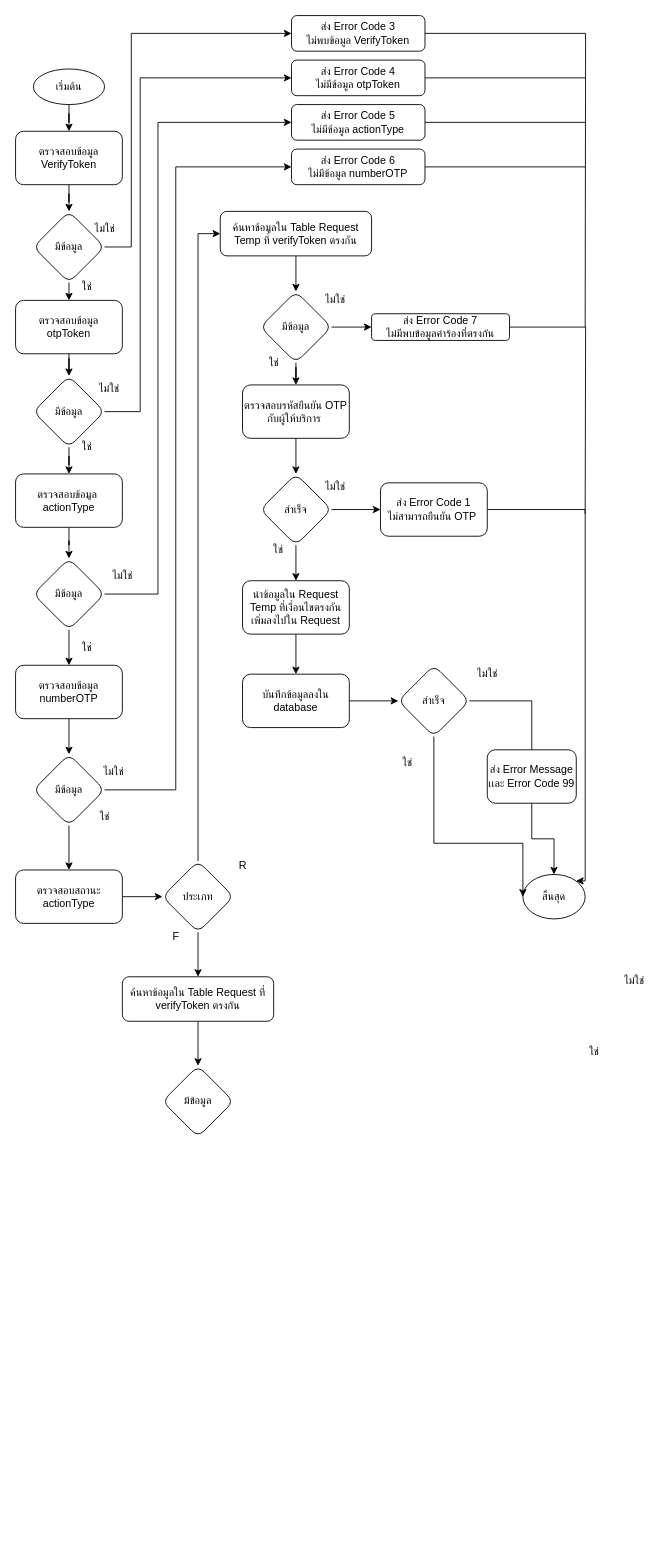
Above: VerifyOTPByTel.drawio in charifrodmanee/charifrodmanee (draw.io), before the change. Source tidied: cells renumbered, new cells numbered last; positions are measured from the earlier drawing's top-left corner, leaving out a move shared by most shapes. Both pictures are drawn from the tidied source at 89%, with x=0, y=0 at pixel (15, 15).
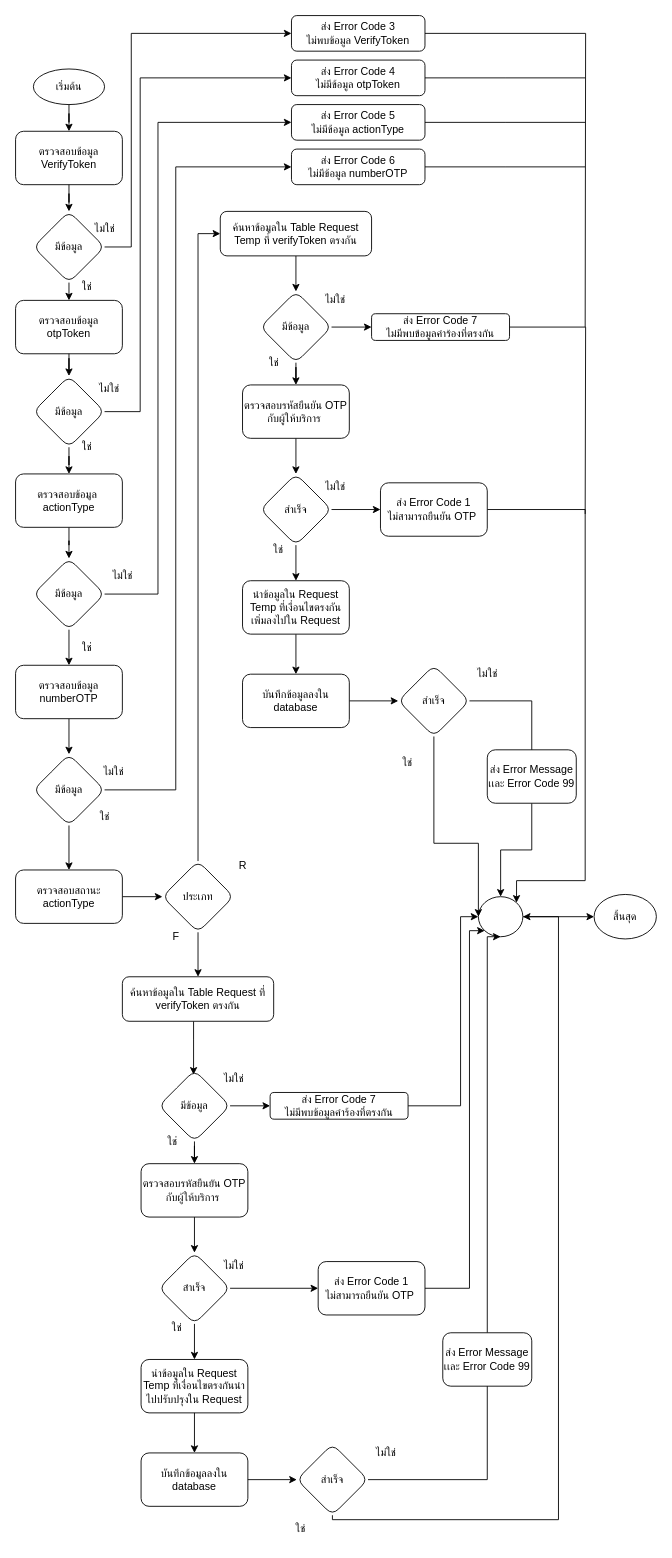
Above is the later version.

Unchanged cells that the change refers to:
```xml
<mxCell id="68" value="ค้นหาข้อมูลใน Table Request ที่ verifyToken ตรงกัน" style="rounded=1;whiteSpace=wrap;html=1;" parent="1" vertex="1">
  <mxGeometry x="120" y="1080" width="170" height="50" as="geometry" />
</mxCell>
<mxCell id="77" value="สำเร็จ" style="rhombus;whiteSpace=wrap;html=1;rounded=1;" parent="1" vertex="1">
  <mxGeometry x="430" y="730" width="80" height="80" as="geometry" />
</mxCell>
```

What changed in the source:
```diff
@@
-    <mxCell id="53" value="ใช่" style="text;html=1;align=center;verticalAlign=middle;strokeColor=none;fillColor=none;" parent="1" vertex="1">
-      <mxGeometry x="630" y="1149" width="40" height="30" as="geometry" />
-    </mxCell>
@@
-    <mxCell id="59" value="ไม่ใช่" style="text;html=1;align=center;verticalAlign=middle;strokeColor=none;fillColor=none;" parent="1" vertex="1">
-      <mxGeometry x="670" y="1070" width="50" height="30" as="geometry" />
-    </mxCell>
@@
-    <mxCell id="67" style="edgeStyle=orthogonalEdgeStyle;rounded=0;jettySize=auto;html=1;" parent="1" edge="1" source="68">
-      <mxGeometry relative="1" as="geometry">
-        <mxPoint x="205" y="1180" as="targetPoint" />
-      </mxGeometry>
-    </mxCell>
+    <mxCell id="82" style="edgeStyle=orthogonalEdgeStyle;rounded=0;jettySize=auto;html=1;" parent="1" edge="1" source="68">
+      <mxGeometry relative="1" as="geometry">
+        <mxPoint x="200" y="1190" as="targetPoint" />
+        <Array as="points">
+          <mxPoint x="200" y="1150" />
+          <mxPoint x="200" y="1150" />
+        </Array>
+      </mxGeometry>
+    </mxCell>
@@
-    <mxCell id="69" value="มีข้อมูล" style="rhombus;whiteSpace=wrap;html=1;rounded=1;" parent="1" vertex="1">
-      <mxGeometry x="165" y="1180" width="80" height="80" as="geometry" />
-    </mxCell>
@@
+    <mxCell id="83" style="edgeStyle=orthogonalEdgeStyle;rounded=0;jettySize=auto;html=1;entryX=0;entryY=0.5;entryDx=0;entryDy=0;" parent="1" edge="1" source="74" target="110">
+      <mxGeometry relative="1" as="geometry" />
+    </mxCell>
-    <mxCell id="74" value="สิ้นสุด" style="ellipse;whiteSpace=wrap;html=1;" parent="1" vertex="1">
-      <mxGeometry x="570" y="965" width="70" height="50" as="geometry" />
+    <mxCell id="74" style="ellipse;whiteSpace=wrap;html=1;" parent="1" vertex="1">
+      <mxGeometry x="520" y="990" width="50" height="45" as="geometry" />
     </mxCell>
@@
     <mxCell id="76" style="edgeStyle=orthogonalEdgeStyle;rounded=0;jettySize=auto;html=1;entryX=0;entryY=0.5;entryDx=0;entryDy=0;endArrow=classic;endFill=1;" parent="1" edge="1" source="77" target="74">
       <mxGeometry relative="1" as="geometry">
         <Array as="points">
           <mxPoint x="470" y="930" />
-          <mxPoint x="570" y="930" />
+          <mxPoint x="520" y="930" />
         </Array>
       </mxGeometry>
     </mxCell>
@@
+    <mxCell id="69" value="มีข้อมูล" style="rhombus;whiteSpace=wrap;html=1;rounded=1;" parent="1" vertex="1">
+      <mxGeometry x="161" y="1185" width="80" height="80" as="geometry" />
+    </mxCell>
+    <mxCell id="84" value="ไม่ใช่" style="text;html=1;align=center;verticalAlign=middle;strokeColor=none;fillColor=none;" parent="1" vertex="1">
+      <mxGeometry x="220" y="1390" width="50" height="30" as="geometry" />
+    </mxCell>
+    <mxCell id="85" value="ตรวจสอบรหัสยืนยัน OTP กับผู้ให้บริการ&amp;nbsp;" style="whiteSpace=wrap;html=1;rounded=1;" parent="1" vertex="1">
+      <mxGeometry x="141" y="1290" width="120" height="60" as="geometry" />
+    </mxCell>
+    <mxCell id="86" style="edgeStyle=orthogonalEdgeStyle;rounded=0;jettySize=auto;html=1;" parent="1" edge="1" source="69" target="85">
+      <mxGeometry relative="1" as="geometry" />
+    </mxCell>
+    <mxCell id="87" value="สำเร็จ" style="rhombus;whiteSpace=wrap;html=1;rounded=1;" parent="1" vertex="1">
+      <mxGeometry x="161" y="1390" width="80" height="80" as="geometry" />
+    </mxCell>
+    <mxCell id="88" style="edgeStyle=orthogonalEdgeStyle;rounded=0;jettySize=auto;html=1;" parent="1" edge="1" source="85" target="87">
+      <mxGeometry relative="1" as="geometry" />
+    </mxCell>
+    <mxCell id="89" value="ใช่" style="text;html=1;align=center;verticalAlign=middle;strokeColor=none;fillColor=none;" parent="1" vertex="1">
+      <mxGeometry x="161" y="1460" width="40" height="30" as="geometry" />
+    </mxCell>
+    <mxCell id="90" value="นำข้อมูลใน Request Temp ที่เงื่อนไขตรงกันนำไปปรับปรุงใน Request" style="whiteSpace=wrap;html=1;rounded=1;" parent="1" vertex="1">
+      <mxGeometry x="141" y="1510" width="120" height="60" as="geometry" />
+    </mxCell>
+    <mxCell id="91" style="edgeStyle=orthogonalEdgeStyle;rounded=0;jettySize=auto;html=1;" parent="1" edge="1" source="87" target="90">
+      <mxGeometry relative="1" as="geometry" />
+    </mxCell>
+    <mxCell id="92" style="edgeStyle=orthogonalEdgeStyle;rounded=0;jettySize=auto;html=1;entryX=0;entryY=1;entryDx=0;entryDy=0;" parent="1" edge="1" source="93" target="74">
+      <mxGeometry relative="1" as="geometry">
+        <Array as="points">
+          <mxPoint x="510" y="1430" />
+          <mxPoint x="510" y="1028" />
+        </Array>
+      </mxGeometry>
+    </mxCell>
+    <mxCell id="93" value="ส่ง Error Code 1&lt;br&gt;ไม่สามารถยืนยัน OTP&amp;nbsp;" style="whiteSpace=wrap;html=1;rounded=1;" parent="1" vertex="1">
+      <mxGeometry x="340" y="1400" width="120" height="60" as="geometry" />
+    </mxCell>
+    <mxCell id="94" style="edgeStyle=orthogonalEdgeStyle;rounded=0;jettySize=auto;html=1;" parent="1" edge="1" source="87" target="93">
+      <mxGeometry relative="1" as="geometry" />
+    </mxCell>
+    <mxCell id="95" value="บันทึกข้อมูลลงใน database" style="whiteSpace=wrap;html=1;rounded=1;" parent="1" vertex="1">
+      <mxGeometry x="141" y="1615" width="120" height="60" as="geometry" />
+    </mxCell>
+    <mxCell id="96" style="edgeStyle=orthogonalEdgeStyle;rounded=0;jettySize=auto;html=1;" parent="1" edge="1" source="90" target="95">
+      <mxGeometry relative="1" as="geometry" />
+    </mxCell>
+    <mxCell id="97" value="ไม่ใช่" style="text;html=1;align=center;verticalAlign=middle;strokeColor=none;fillColor=none;" parent="1" vertex="1">
+      <mxGeometry x="220" y="1180" width="50" height="30" as="geometry" />
+    </mxCell>
+    <mxCell id="98" value="ใช่" style="text;html=1;align=center;verticalAlign=middle;strokeColor=none;fillColor=none;" parent="1" vertex="1">
+      <mxGeometry x="156" y="1250" width="40" height="30" as="geometry" />
+    </mxCell>
+    <mxCell id="99" style="edgeStyle=orthogonalEdgeStyle;rounded=0;jettySize=auto;html=1;entryX=0;entryY=0.5;entryDx=0;entryDy=0;" parent="1" edge="1" source="100" target="74">
+      <mxGeometry relative="1" as="geometry">
+        <Array as="points">
+          <mxPoint x="500" y="1225" />
+          <mxPoint x="500" y="1013" />
+        </Array>
+      </mxGeometry>
+    </mxCell>
+    <mxCell id="100" value="ส่ง Error Code 7&lt;br&gt;ไม่มีพบข้อมูลคำร้องที่ตรงกัน" style="rounded=1;whiteSpace=wrap;html=1;" parent="1" vertex="1">
+      <mxGeometry x="286" y="1210" width="155" height="30" as="geometry" />
+    </mxCell>
+    <mxCell id="101" style="edgeStyle=orthogonalEdgeStyle;rounded=0;jettySize=auto;html=1;" parent="1" edge="1" source="69" target="100">
+      <mxGeometry relative="1" as="geometry" />
+    </mxCell>
+    <mxCell id="102" style="edgeStyle=orthogonalEdgeStyle;rounded=0;jettySize=auto;html=1;entryX=1;entryY=0.5;entryDx=0;entryDy=0;exitX=0.5;exitY=1;exitDx=0;exitDy=0;" parent="1" edge="1" source="103" target="74">
+      <mxGeometry relative="1" as="geometry">
+        <Array as="points">
+          <mxPoint x="356" y="1690" />
+          <mxPoint x="610" y="1690" />
+          <mxPoint x="610" y="1012" />
+        </Array>
+      </mxGeometry>
+    </mxCell>
+    <mxCell id="103" value="สำเร็จ" style="rhombus;whiteSpace=wrap;html=1;rounded=1;" parent="1" vertex="1">
+      <mxGeometry x="316" y="1605" width="80" height="80" as="geometry" />
+    </mxCell>
+    <mxCell id="104" style="edgeStyle=orthogonalEdgeStyle;rounded=0;jettySize=auto;html=1;endArrow=classic;endFill=1;" parent="1" edge="1" source="95" target="103">
+      <mxGeometry relative="1" as="geometry" />
+    </mxCell>
+    <mxCell id="105" value="ไม่ใช่" style="text;html=1;align=center;verticalAlign=middle;strokeColor=none;fillColor=none;" parent="1" vertex="1">
+      <mxGeometry x="391" y="1600" width="50" height="30" as="geometry" />
+    </mxCell>
+    <mxCell id="106" style="edgeStyle=orthogonalEdgeStyle;rounded=0;jettySize=auto;html=1;entryX=0.5;entryY=1;entryDx=0;entryDy=0;exitX=0.5;exitY=0;exitDx=0;exitDy=0;" parent="1" edge="1" source="107" target="74">
+      <mxGeometry relative="1" as="geometry">
+        <Array as="points">
+          <mxPoint x="530" y="1035" />
+        </Array>
+      </mxGeometry>
+    </mxCell>
+    <mxCell id="107" value="ส่ง Error Message เเละ Error Code 99" style="whiteSpace=wrap;html=1;rounded=1;" parent="1" vertex="1">
+      <mxGeometry x="480" y="1480" width="100" height="60" as="geometry" />
+    </mxCell>
+    <mxCell id="108" style="edgeStyle=orthogonalEdgeStyle;rounded=0;jettySize=auto;html=1;entryX=0.5;entryY=1;entryDx=0;entryDy=0;endArrow=none;endFill=1;" parent="1" edge="1" source="103" target="107">
+      <mxGeometry relative="1" as="geometry" />
+    </mxCell>
+    <mxCell id="109" value="ใช่" style="text;html=1;align=center;verticalAlign=middle;strokeColor=none;fillColor=none;" parent="1" vertex="1">
+      <mxGeometry x="300" y="1685" width="40" height="30" as="geometry" />
+    </mxCell>
+    <mxCell id="110" value="สิ้นสุด" style="ellipse;whiteSpace=wrap;html=1;" parent="1" vertex="1">
+      <mxGeometry x="650" y="987.5" width="70" height="50" as="geometry" />
+    </mxCell>
```
